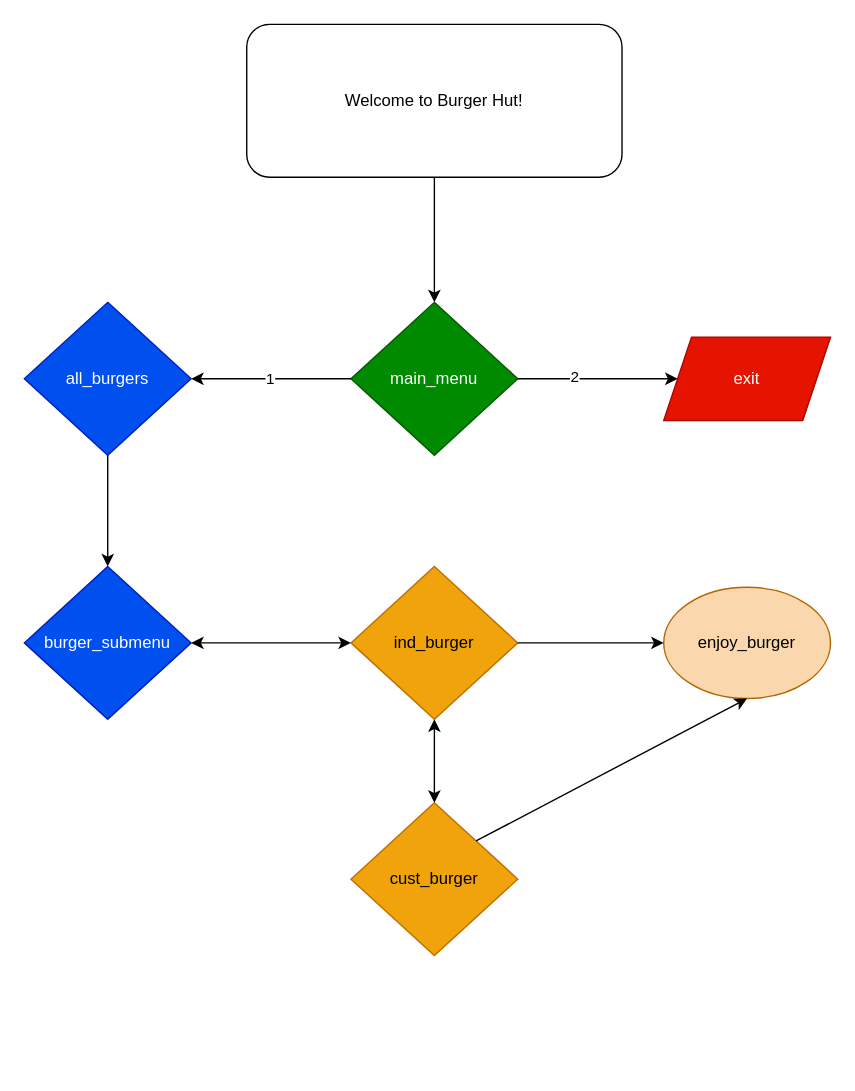
Before: server/migrations/BH_flow.drawio in IsaiahCoding/Phase-3-Project, a draw.io diagram. Source tidied: cells renumbered, new cells numbered last; positions are measured from the earlier drawing's top-left corner, leaving out a move shared by most shapes. Both pictures are drawn from the tidied source at 139%, with x=0, y=0 at pixel (24, 24).
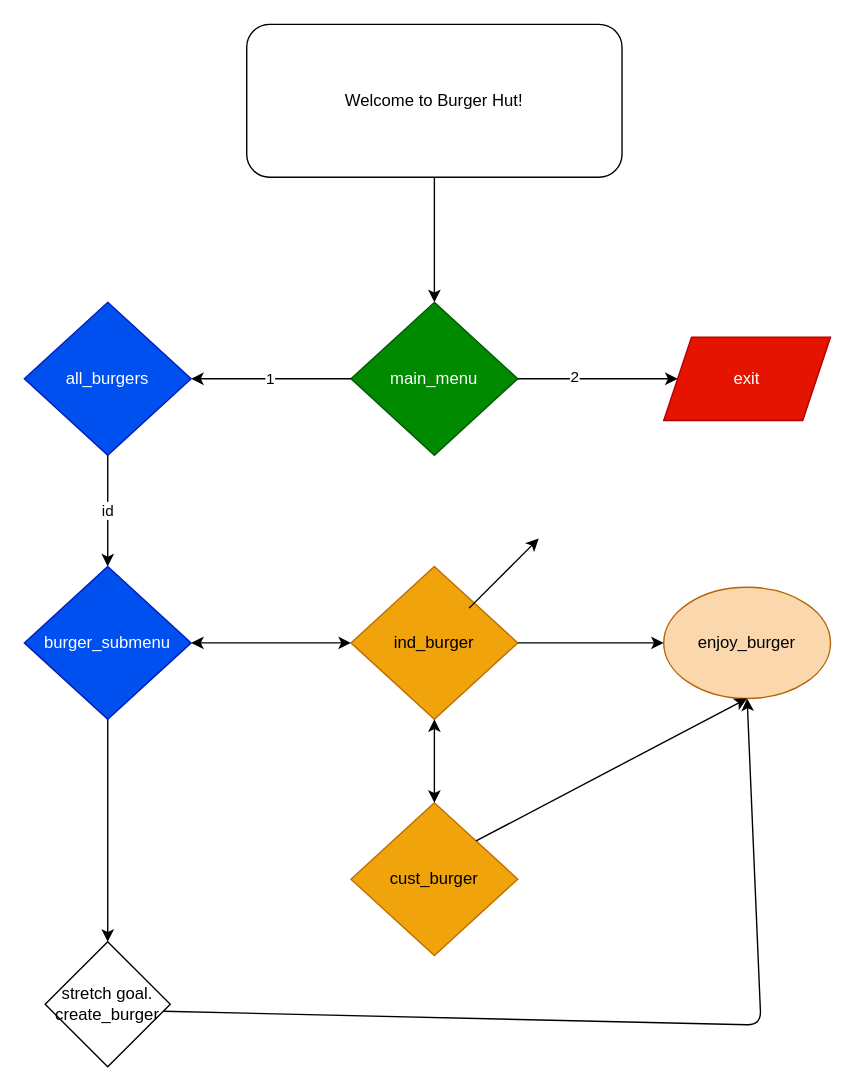
The same diagram, later.

Commit message (it also covers changes not shown here):
burger submenu

Unchanged cells that the change refers to:
```xml
<mxCell id="4" value="all_burgers" style="rhombus;whiteSpace=wrap;html=1;fillColor=#0050ef;fontColor=#ffffff;strokeColor=#001DBC;" parent="1" vertex="1">
  <mxGeometry y="200" width="120" height="110" as="geometry" />
</mxCell>
<mxCell id="5" value="burger_submenu" style="rhombus;whiteSpace=wrap;html=1;fillColor=#0050ef;fontColor=#ffffff;strokeColor=#001DBC;" parent="1" vertex="1">
  <mxGeometry y="390" width="120" height="110" as="geometry" />
</mxCell>
<mxCell id="11" value="enjoy_burger" style="ellipse;whiteSpace=wrap;html=1;fillColor=#fad7ac;strokeColor=#b46504;" parent="1" vertex="1">
  <mxGeometry x="460" y="405" width="120" height="80" as="geometry" />
</mxCell>
```

The edit, as a diff of the source:
```diff
@@
-    <mxCell id="12" style="endArrow=classic;html=1;exitX=0.5;exitY=1;exitDx=0;exitDy=0;" parent="1" edge="1" source="4" target="5">
+    <mxCell id="12" value="id" style="endArrow=classic;html=1;exitX=0.5;exitY=1;exitDx=0;exitDy=0;" parent="1" edge="1" source="4" target="5">
       <mxGeometry relative="1" as="geometry" />
     </mxCell>
@@
+    <mxCell id="19" value="stretch goal.&lt;br&gt;create_burger" style="rhombus;whiteSpace=wrap;html=1;" parent="1" vertex="1">
+      <mxGeometry x="15" y="660" width="90" height="90" as="geometry" />
+    </mxCell>
+    <mxCell id="20" style="endArrow=classic;html=1;" parent="1" edge="1">
+      <mxGeometry relative="1" as="geometry">
+        <mxPoint x="320" y="420" as="sourcePoint" />
+        <mxPoint x="370" y="370" as="targetPoint" />
+      </mxGeometry>
+    </mxCell>
+    <mxCell id="21" style="endArrow=classic;html=1;exitX=0.5;exitY=1;exitDx=0;exitDy=0;entryX=0.5;entryY=0;entryDx=0;entryDy=0;" parent="1" edge="1" source="5" target="19">
+      <mxGeometry relative="1" as="geometry" />
+    </mxCell>
+    <mxCell id="22" style="endArrow=classic;html=1;entryX=0.5;entryY=1;entryDx=0;entryDy=0;" parent="1" edge="1" target="11">
+      <mxGeometry relative="1" as="geometry">
+        <mxPoint x="100" y="710" as="sourcePoint" />
+        <Array as="points">
+          <mxPoint x="530" y="720" />
+        </Array>
+      </mxGeometry>
+    </mxCell>
```
